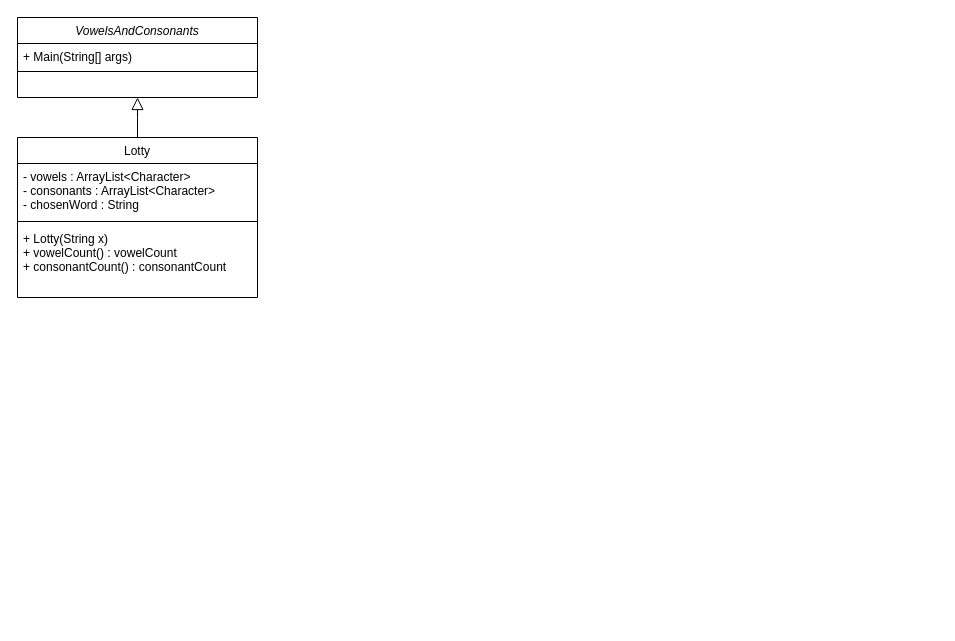
EthanLawr/CISC122 keeps this draw.io diagram as eclipse-workspace/Lab3/Lab3.drawio. Above is the earlier version. Source tidied: cells renumbered, new cells numbered last; positions are measured from the earlier drawing's top-left corner, leaving out a move shared by most shapes. Both pictures are drawn from the tidied source at 100%, with x=0, y=0 at pixel (17, 17).
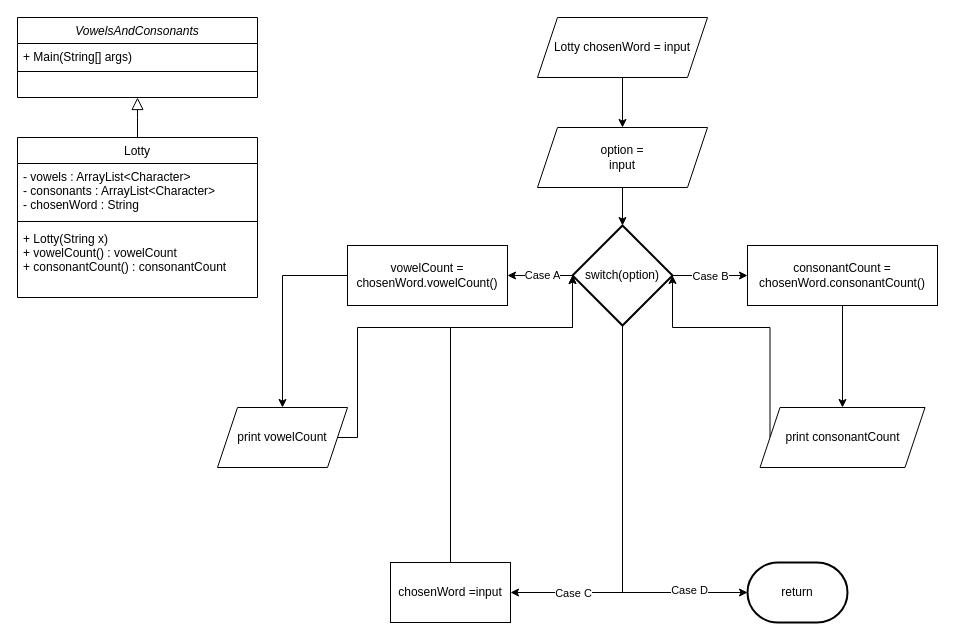
After the change.

What changed in the source:
```diff
@@
+    <mxCell id="10" style="edgeStyle=orthogonalEdgeStyle;rounded=0;jettySize=auto;html=1;" parent="1" edge="1" source="11" target="13">
+      <mxGeometry relative="1" as="geometry" />
+    </mxCell>
+    <mxCell id="11" value="Lotty chosenWord = input" style="shape=parallelogram;perimeter=parallelogramPerimeter;whiteSpace=wrap;html=1;fixedSize=1;" parent="1" vertex="1">
+      <mxGeometry x="520" width="170" height="60" as="geometry" />
+    </mxCell>
+    <mxCell id="12" style="edgeStyle=orthogonalEdgeStyle;rounded=0;jettySize=auto;html=1;" parent="1" edge="1" source="13" target="19">
+      <mxGeometry relative="1" as="geometry" />
+    </mxCell>
+    <mxCell id="13" value="&lt;div&gt;option =&lt;/div&gt;&lt;div&gt;input&lt;br&gt; &lt;/div&gt;" style="shape=parallelogram;perimeter=parallelogramPerimeter;whiteSpace=wrap;html=1;fixedSize=1;" parent="1" vertex="1">
+      <mxGeometry x="520" y="110" width="170" height="60" as="geometry" />
+    </mxCell>
+    <mxCell id="14" style="edgeStyle=orthogonalEdgeStyle;rounded=0;jettySize=auto;html=1;" parent="1" edge="1" source="19">
+      <mxGeometry relative="1" as="geometry">
+        <mxPoint x="490" y="258" as="targetPoint" />
+      </mxGeometry>
+    </mxCell>
+    <mxCell id="15" value="Case A" style="edgeLabel;html=1;align=center;verticalAlign=middle;" parent="14" vertex="1">
+      <mxGeometry x="-0.06" y="-1" relative="1" as="geometry" />
+    </mxCell>
+    <mxCell id="16" value="Case B" style="edgeStyle=orthogonalEdgeStyle;rounded=0;jettySize=auto;html=1;entryX=0;entryY=0.5;entryDx=0;entryDy=0;" parent="1" edge="1" source="19">
+      <mxGeometry relative="1" as="geometry">
+        <mxPoint x="730" y="258" as="targetPoint" />
+      </mxGeometry>
+    </mxCell>
+    <mxCell id="17" style="edgeStyle=orthogonalEdgeStyle;rounded=0;jettySize=auto;html=1;" parent="1" edge="1" source="19" target="29">
+      <mxGeometry relative="1" as="geometry">
+        <Array as="points">
+          <mxPoint x="605" y="575" />
+        </Array>
+      </mxGeometry>
+    </mxCell>
+    <mxCell id="18" value="Case C" style="edgeLabel;html=1;align=center;verticalAlign=middle;" parent="17" vertex="1">
+      <mxGeometry x="0.62" relative="1" as="geometry">
+        <mxPoint x="-10" as="offset" />
+      </mxGeometry>
+    </mxCell>
+    <mxCell id="19" value="switch(option)" style="strokeWidth=2;html=1;shape=mxgraph.flowchart.decision;whiteSpace=wrap;" parent="1" vertex="1">
+      <mxGeometry x="555" y="208" width="100" height="100" as="geometry" />
+    </mxCell>
+    <mxCell id="20" style="edgeStyle=orthogonalEdgeStyle;rounded=0;jettySize=auto;html=1;entryX=0.5;entryY=0;entryDx=0;entryDy=0;" parent="1" edge="1" source="21" target="27">
+      <mxGeometry relative="1" as="geometry" />
+    </mxCell>
+    <mxCell id="21" value="consonantCount = chosenWord.consonantCount()" style="rounded=0;whiteSpace=wrap;html=1;" parent="1" vertex="1">
+      <mxGeometry x="730" y="228" width="190" height="60" as="geometry" />
+    </mxCell>
+    <mxCell id="22" style="edgeStyle=orthogonalEdgeStyle;rounded=0;jettySize=auto;html=1;entryX=0.5;entryY=0;entryDx=0;entryDy=0;" parent="1" edge="1" source="23" target="25">
+      <mxGeometry relative="1" as="geometry">
+        <Array as="points">
+          <mxPoint x="265" y="258" />
+        </Array>
+      </mxGeometry>
+    </mxCell>
+    <mxCell id="23" value="vowelCount = chosenWord.vowelCount()" style="rounded=0;whiteSpace=wrap;html=1;" parent="1" vertex="1">
+      <mxGeometry x="330" y="228" width="160" height="60" as="geometry" />
+    </mxCell>
+    <mxCell id="24" style="edgeStyle=orthogonalEdgeStyle;rounded=0;jettySize=auto;html=1;entryX=0;entryY=0.5;entryDx=0;entryDy=0;entryPerimeter=0;" parent="1" edge="1" source="25" target="19">
+      <mxGeometry relative="1" as="geometry">
+        <Array as="points">
+          <mxPoint x="340" y="420" />
+          <mxPoint x="340" y="310" />
+          <mxPoint x="555" y="310" />
+        </Array>
+      </mxGeometry>
+    </mxCell>
+    <mxCell id="25" value="print vowelCount" style="shape=parallelogram;perimeter=parallelogramPerimeter;whiteSpace=wrap;html=1;fixedSize=1;" parent="1" vertex="1">
+      <mxGeometry x="200" y="390" width="130" height="60" as="geometry" />
+    </mxCell>
+    <mxCell id="26" style="edgeStyle=orthogonalEdgeStyle;rounded=0;jettySize=auto;html=1;entryX=1;entryY=0.5;entryDx=0;entryDy=0;entryPerimeter=0;exitX=0;exitY=0.5;exitDx=0;exitDy=0;" parent="1" edge="1" source="27" target="19">
+      <mxGeometry relative="1" as="geometry">
+        <Array as="points">
+          <mxPoint x="753" y="310" />
+          <mxPoint x="655" y="310" />
+        </Array>
+      </mxGeometry>
+    </mxCell>
+    <mxCell id="27" value="print consonantCount" style="shape=parallelogram;perimeter=parallelogramPerimeter;whiteSpace=wrap;html=1;fixedSize=1;" parent="1" vertex="1">
+      <mxGeometry x="742.5" y="390" width="165" height="60" as="geometry" />
+    </mxCell>
+    <mxCell id="28" style="edgeStyle=orthogonalEdgeStyle;rounded=0;jettySize=auto;html=1;entryX=0;entryY=0.5;entryDx=0;entryDy=0;entryPerimeter=0;" parent="1" edge="1" source="29" target="19">
+      <mxGeometry relative="1" as="geometry">
+        <Array as="points">
+          <mxPoint x="433" y="310" />
+          <mxPoint x="555" y="310" />
+        </Array>
+      </mxGeometry>
+    </mxCell>
+    <mxCell id="29" value="chosenWord =input" style="rounded=0;whiteSpace=wrap;html=1;" parent="1" vertex="1">
+      <mxGeometry x="373" y="545" width="120" height="60" as="geometry" />
+    </mxCell>
+    <mxCell id="30" style="endArrow=classic;html=1;rounded=0;exitX=0.5;exitY=1;exitDx=0;exitDy=0;exitPerimeter=0;entryX=0;entryY=0.5;entryDx=0;entryDy=0;entryPerimeter=0;" parent="1" edge="1" source="19" target="32">
+      <mxGeometry relative="1" as="geometry">
+        <Array as="points">
+          <mxPoint x="605" y="575" />
+          <mxPoint x="680" y="575" />
+        </Array>
+      </mxGeometry>
+    </mxCell>
+    <mxCell id="31" value="Case D" style="edgeLabel;html=1;align=center;verticalAlign=middle;" parent="30" vertex="1">
+      <mxGeometry x="0.7" y="3" relative="1" as="geometry" />
+    </mxCell>
+    <mxCell id="32" value="return" style="strokeWidth=2;html=1;shape=mxgraph.flowchart.terminator;whiteSpace=wrap;" parent="1" vertex="1">
+      <mxGeometry x="730" y="545" width="100" height="60" as="geometry" />
+    </mxCell>
```
